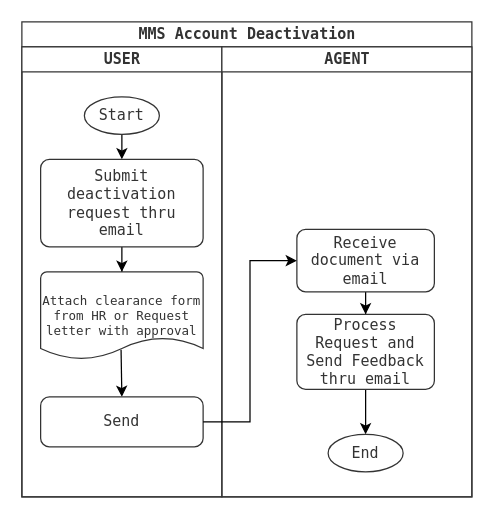
This is page "MMS-account-deactivation" (3 of 3) of Untitled Diagram.drawio from GmallSysdev/gmall.diagram, a draw.io file, before an edit. Source tidied: cells renumbered, new cells numbered last; positions are measured from the earlier drawing's top-left corner, leaving out a move shared by most shapes. Both pictures are drawn from the tidied source at 125%, with x=0, y=0 at pixel (21, 21).
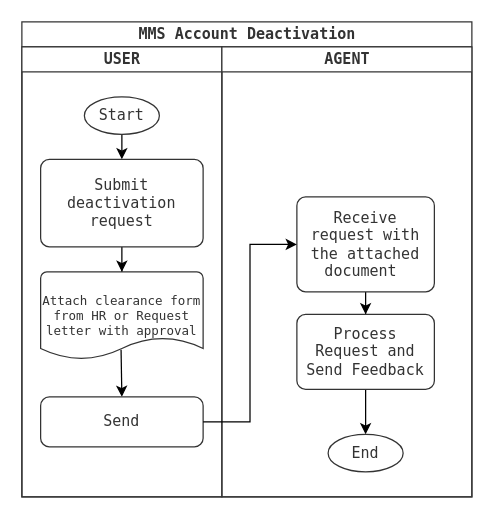
The same page after the edit.

The edit, as a diff of the source:
```diff
@@
 <mxGraphModel>
   <root>
     <mxCell id="0" />
     <mxCell id="1" parent="0" />
     <mxCell id="2" value="MMS Account Deactivation" style="swimlane;startSize=20;html=1;strokeColor=#333333;fontColor=#333333;fontFamily=Lucida Console;" parent="1" vertex="1">
       <mxGeometry width="360" height="380" as="geometry" />
     </mxCell>
     <mxCell id="3" value="USER" style="swimlane;startSize=20;html=1;strokeColor=#333333;fontColor=#333333;fontFamily=Lucida Console;" parent="2" vertex="1">
       <mxGeometry y="20" width="160" height="360" as="geometry" />
     </mxCell>
     <mxCell id="4" style="edgeStyle=orthogonalEdgeStyle;rounded=0;jettySize=auto;html=1;exitX=0.5;exitY=1;exitDx=0;exitDy=0;exitPerimeter=0;entryX=0.5;entryY=0;entryDx=0;entryDy=0;" parent="3" edge="1" source="5">
       <mxGeometry relative="1" as="geometry">
         <mxPoint x="80" y="90" as="targetPoint" />
       </mxGeometry>
     </mxCell>
     <mxCell id="5" value="Start" style="strokeWidth=1;html=1;shape=mxgraph.flowchart.start_1;whiteSpace=wrap;strokeColor=#333333;fontColor=#333333;fontFamily=Lucida Console;" parent="3" vertex="1">
       <mxGeometry x="50" y="40" width="60" height="30" as="geometry" />
     </mxCell>
     <mxCell id="6" style="edgeStyle=orthogonalEdgeStyle;rounded=0;jettySize=auto;html=1;entryX=0.5;entryY=0;entryDx=0;entryDy=0;entryPerimeter=0;" parent="3" edge="1" source="7" target="9">
       <mxGeometry relative="1" as="geometry" />
     </mxCell>
-    <mxCell id="7" value="Submit deactivation request thru email" style="rounded=1;whiteSpace=wrap;html=1;absoluteArcSize=1;arcSize=14;strokeWidth=1;strokeColor=#333333;fontColor=#333333;fontFamily=Lucida Console;" parent="3" vertex="1">
+    <mxCell id="7" value="Submit deactivation request" style="rounded=1;whiteSpace=wrap;html=1;absoluteArcSize=1;arcSize=14;strokeWidth=1;strokeColor=#333333;fontColor=#333333;fontFamily=Lucida Console;" parent="3" vertex="1">
       <mxGeometry x="15" y="90" width="130" height="70" as="geometry" />
     </mxCell>
     <mxCell id="8" style="edgeStyle=orthogonalEdgeStyle;rounded=0;jettySize=auto;html=1;entryX=0.5;entryY=0;entryDx=0;entryDy=0;exitX=0.495;exitY=0.89;exitDx=0;exitDy=0;exitPerimeter=0;" parent="3" edge="1" source="9" target="10">
       <mxGeometry relative="1" as="geometry" />
     </mxCell>
     <mxCell id="9" value="Attach clearance form from HR or Request letter with approval" style="strokeWidth=1;html=1;shape=mxgraph.flowchart.document2;whiteSpace=wrap;size=0.25;fontSize=10;fontFamily=Lucida Console;fontColor=#333333;strokeColor=#333333;" parent="3" vertex="1">
       <mxGeometry x="15" y="180" width="130" height="70" as="geometry" />
     </mxCell>
     <mxCell id="10" value="Send" style="rounded=1;whiteSpace=wrap;html=1;absoluteArcSize=1;arcSize=14;strokeWidth=1;strokeColor=#333333;fontColor=#333333;fontFamily=Lucida Console;" parent="3" vertex="1">
       <mxGeometry x="15" y="280" width="130" height="40" as="geometry" />
     </mxCell>
     <mxCell id="11" value="AGENT" style="swimlane;startSize=20;html=1;strokeColor=#333333;fontColor=#333333;fontFamily=Lucida Console;" parent="2" vertex="1">
       <mxGeometry x="160" y="20" width="200" height="360" as="geometry" />
     </mxCell>
     <mxCell id="12" style="edgeStyle=orthogonalEdgeStyle;rounded=0;jettySize=auto;html=1;entryX=0.5;entryY=0;entryDx=0;entryDy=0;" parent="11" edge="1" source="13" target="15">
       <mxGeometry relative="1" as="geometry" />
     </mxCell>
-    <mxCell id="13" value="Receive document via email" style="rounded=1;whiteSpace=wrap;html=1;absoluteArcSize=1;arcSize=14;strokeWidth=1;strokeColor=#333333;fontColor=#333333;fontFamily=Lucida Console;" parent="11" vertex="1">
-      <mxGeometry x="60" y="146" width="110" height="50" as="geometry" />
+    <mxCell id="13" value="Receive request with the attached document&amp;nbsp;" style="rounded=1;whiteSpace=wrap;html=1;absoluteArcSize=1;arcSize=14;strokeWidth=1;strokeColor=#333333;fontColor=#333333;fontFamily=Lucida Console;" parent="11" vertex="1">
+      <mxGeometry x="60" y="120" width="110" height="76" as="geometry" />
     </mxCell>
     <mxCell id="14" style="edgeStyle=orthogonalEdgeStyle;rounded=0;jettySize=auto;html=1;exitX=0.5;exitY=1;exitDx=0;exitDy=0;entryX=0.5;entryY=0;entryDx=0;entryDy=0;entryPerimeter=0;" parent="11" edge="1" source="15" target="16">
       <mxGeometry relative="1" as="geometry" />
     </mxCell>
-    <mxCell id="15" value="Process Request and Send Feedback thru email" style="rounded=1;whiteSpace=wrap;html=1;absoluteArcSize=1;arcSize=14;strokeWidth=1;strokeColor=#333333;fontColor=#333333;fontFamily=Lucida Console;" parent="11" vertex="1">
+    <mxCell id="15" value="Process Request and Send Feedback" style="rounded=1;whiteSpace=wrap;html=1;absoluteArcSize=1;arcSize=14;strokeWidth=1;strokeColor=#333333;fontColor=#333333;fontFamily=Lucida Console;" parent="11" vertex="1">
       <mxGeometry x="60" y="214" width="110" height="60" as="geometry" />
     </mxCell>
     <mxCell id="16" value="End" style="strokeWidth=1;html=1;shape=mxgraph.flowchart.start_1;whiteSpace=wrap;strokeColor=#333333;fontColor=#333333;fontFamily=Lucida Console;" parent="11" vertex="1">
       <mxGeometry x="85" y="310" width="60" height="30" as="geometry" />
     </mxCell>
     <mxCell id="17" style="edgeStyle=orthogonalEdgeStyle;rounded=0;jettySize=auto;html=1;exitX=1;exitY=0.5;exitDx=0;exitDy=0;entryX=0;entryY=0.5;entryDx=0;entryDy=0;" parent="2" edge="1" source="10" target="13">
       <mxGeometry relative="1" as="geometry" />
     </mxCell>
   </root>
 </mxGraphModel>
```
